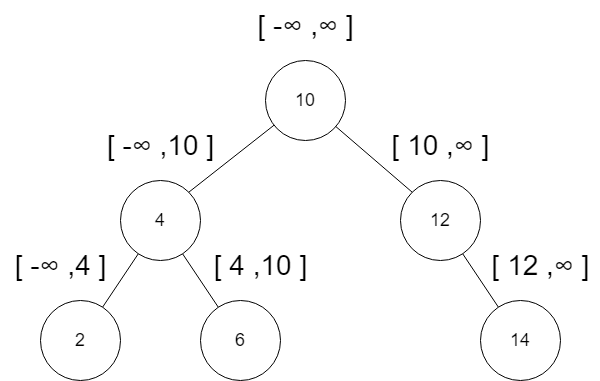
The draw.io diagram Python3/img/validBST.png in ashiven/leetcode-solutions, before a commit. Source tidied: cells renumbered, new cells last; positions are measured from the earlier drawing's top-left corner, leaving out a move shared by most shapes. Its diagram source:
```xml
<mxGraphModel>
  <root>
    <mxCell id="0" />
    <mxCell id="1" parent="0" />
    <mxCell id="2" value="10" style="ellipse;whiteSpace=wrap;html=1;fillColor=none;fontSize=18;" parent="1" vertex="1">
      <mxGeometry x="265" y="60" width="80" height="80" as="geometry" />
    </mxCell>
    <mxCell id="3" value="4" style="ellipse;whiteSpace=wrap;html=1;fillColor=none;fontSize=18;" parent="1" vertex="1">
      <mxGeometry x="120" y="180" width="80" height="80" as="geometry" />
    </mxCell>
    <mxCell id="4" value="12" style="ellipse;whiteSpace=wrap;html=1;fillColor=none;fontSize=18;" parent="1" vertex="1">
      <mxGeometry x="400" y="180" width="80" height="80" as="geometry" />
    </mxCell>
    <mxCell id="5" value="2" style="ellipse;whiteSpace=wrap;html=1;fillColor=none;fontSize=18;" parent="1" vertex="1">
      <mxGeometry x="40" y="300" width="80" height="80" as="geometry" />
    </mxCell>
    <mxCell id="6" value="14" style="ellipse;whiteSpace=wrap;html=1;fillColor=none;fontSize=18;" parent="1" vertex="1">
      <mxGeometry x="480" y="300" width="80" height="80" as="geometry" />
    </mxCell>
    <mxCell id="7" value="6" style="ellipse;whiteSpace=wrap;html=1;fillColor=none;fontSize=18;" parent="1" vertex="1">
      <mxGeometry x="200" y="300" width="80" height="80" as="geometry" />
    </mxCell>
    <mxCell id="8" style="endArrow=none;html=1;rounded=0;exitX=1;exitY=0;exitDx=0;exitDy=0;fontSize=18;" parent="1" edge="1" source="3" target="2">
      <mxGeometry relative="1" as="geometry" />
    </mxCell>
    <mxCell id="9" style="endArrow=none;html=1;rounded=0;entryX=0;entryY=0;entryDx=0;entryDy=0;fontSize=18;" parent="1" edge="1" source="2" target="4">
      <mxGeometry relative="1" as="geometry" />
    </mxCell>
    <mxCell id="10" style="endArrow=none;html=1;rounded=0;fontSize=18;" parent="1" edge="1" source="5" target="3">
      <mxGeometry relative="1" as="geometry" />
    </mxCell>
    <mxCell id="11" style="endArrow=none;html=1;rounded=0;fontSize=18;" parent="1" edge="1" source="3" target="7">
      <mxGeometry relative="1" as="geometry" />
    </mxCell>
    <mxCell id="12" style="endArrow=none;html=1;rounded=0;fontSize=18;" parent="1" edge="1" source="6" target="4">
      <mxGeometry relative="1" as="geometry" />
    </mxCell>
    <mxCell id="13" value="[ -∞ ,∞ ]" style="text;html=1;align=center;verticalAlign=middle;strokeColor=none;fillColor=none;fontSize=28;" parent="1" vertex="1">
      <mxGeometry x="245" width="120" height="50" as="geometry" />
    </mxCell>
    <mxCell id="14" value="[ -∞ ,10 ]" style="text;html=1;align=center;verticalAlign=middle;strokeColor=none;fillColor=none;fontSize=28;" parent="1" vertex="1">
      <mxGeometry x="95" y="120" width="130" height="50" as="geometry" />
    </mxCell>
    <mxCell id="15" value="[ 10 ,∞ ]" style="text;html=1;align=center;verticalAlign=middle;strokeColor=none;fillColor=none;fontSize=28;" parent="1" vertex="1">
      <mxGeometry x="380" y="120" width="120" height="50" as="geometry" />
    </mxCell>
    <mxCell id="16" value="[ -∞ ,4 ]" style="text;html=1;align=center;verticalAlign=middle;strokeColor=none;fillColor=none;fontSize=28;" parent="1" vertex="1">
      <mxGeometry y="240" width="120" height="50" as="geometry" />
    </mxCell>
    <mxCell id="17" value="[ 4 ,10 ]" style="text;html=1;align=center;verticalAlign=middle;strokeColor=none;fillColor=none;fontSize=28;" parent="1" vertex="1">
      <mxGeometry x="200" y="240" width="120" height="50" as="geometry" />
    </mxCell>
    <mxCell id="18" value="[ 12 ,∞ ]" style="text;html=1;align=center;verticalAlign=middle;strokeColor=none;fillColor=none;fontSize=28;" parent="1" vertex="1">
      <mxGeometry x="480" y="240" width="120" height="50" as="geometry" />
    </mxCell>
  </root>
</mxGraphModel>
```
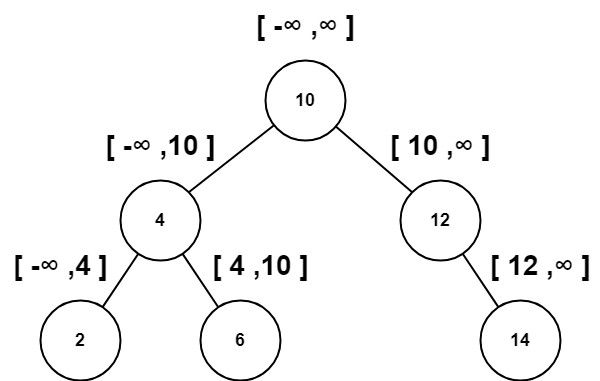
The same diagram one commit later.

Change to the diagram source:
```diff
@@ -1,56 +1,56 @@
-<mxGraphModel>
+<mxGraphModel background="#ffffff">
   <root>
     <mxCell id="0" />
     <mxCell id="1" parent="0" />
-    <mxCell id="2" value="10" style="ellipse;whiteSpace=wrap;html=1;fillColor=none;fontSize=18;" parent="1" vertex="1">
+    <mxCell id="2" value="10" style="ellipse;whiteSpace=wrap;html=1;fillColor=none;fontSize=18;strokeWidth=2;fontStyle=1;" parent="1" vertex="1">
       <mxGeometry x="265" y="60" width="80" height="80" as="geometry" />
     </mxCell>
-    <mxCell id="3" value="4" style="ellipse;whiteSpace=wrap;html=1;fillColor=none;fontSize=18;" parent="1" vertex="1">
+    <mxCell id="3" value="4" style="ellipse;whiteSpace=wrap;html=1;fillColor=none;fontSize=18;strokeWidth=2;fontStyle=1;" parent="1" vertex="1">
       <mxGeometry x="120" y="180" width="80" height="80" as="geometry" />
     </mxCell>
-    <mxCell id="4" value="12" style="ellipse;whiteSpace=wrap;html=1;fillColor=none;fontSize=18;" parent="1" vertex="1">
+    <mxCell id="4" value="12" style="ellipse;whiteSpace=wrap;html=1;fillColor=none;fontSize=18;strokeWidth=2;fontStyle=1;" parent="1" vertex="1">
       <mxGeometry x="400" y="180" width="80" height="80" as="geometry" />
     </mxCell>
-    <mxCell id="5" value="2" style="ellipse;whiteSpace=wrap;html=1;fillColor=none;fontSize=18;" parent="1" vertex="1">
+    <mxCell id="5" value="2" style="ellipse;whiteSpace=wrap;html=1;fillColor=none;fontSize=18;strokeWidth=2;fontStyle=1;" parent="1" vertex="1">
       <mxGeometry x="40" y="300" width="80" height="80" as="geometry" />
     </mxCell>
-    <mxCell id="6" value="14" style="ellipse;whiteSpace=wrap;html=1;fillColor=none;fontSize=18;" parent="1" vertex="1">
+    <mxCell id="6" value="14" style="ellipse;whiteSpace=wrap;html=1;fillColor=none;fontSize=18;strokeWidth=2;fontStyle=1;" parent="1" vertex="1">
       <mxGeometry x="480" y="300" width="80" height="80" as="geometry" />
     </mxCell>
-    <mxCell id="7" value="6" style="ellipse;whiteSpace=wrap;html=1;fillColor=none;fontSize=18;" parent="1" vertex="1">
+    <mxCell id="7" value="6" style="ellipse;whiteSpace=wrap;html=1;fillColor=none;fontSize=18;strokeWidth=2;fontStyle=1;" parent="1" vertex="1">
       <mxGeometry x="200" y="300" width="80" height="80" as="geometry" />
     </mxCell>
-    <mxCell id="8" style="endArrow=none;html=1;rounded=0;exitX=1;exitY=0;exitDx=0;exitDy=0;fontSize=18;" parent="1" edge="1" source="3" target="2">
+    <mxCell id="8" style="endArrow=none;html=1;rounded=0;exitX=1;exitY=0;exitDx=0;exitDy=0;fontSize=18;strokeWidth=2;fontStyle=1;" parent="1" edge="1" source="3" target="2">
       <mxGeometry relative="1" as="geometry" />
     </mxCell>
-    <mxCell id="9" style="endArrow=none;html=1;rounded=0;entryX=0;entryY=0;entryDx=0;entryDy=0;fontSize=18;" parent="1" edge="1" source="2" target="4">
+    <mxCell id="9" style="endArrow=none;html=1;rounded=0;entryX=0;entryY=0;entryDx=0;entryDy=0;fontSize=18;strokeWidth=2;fontStyle=1;" parent="1" edge="1" source="2" target="4">
       <mxGeometry relative="1" as="geometry" />
     </mxCell>
-    <mxCell id="10" style="endArrow=none;html=1;rounded=0;fontSize=18;" parent="1" edge="1" source="5" target="3">
+    <mxCell id="10" style="endArrow=none;html=1;rounded=0;fontSize=18;strokeWidth=2;fontStyle=1;" parent="1" edge="1" source="5" target="3">
       <mxGeometry relative="1" as="geometry" />
     </mxCell>
-    <mxCell id="11" style="endArrow=none;html=1;rounded=0;fontSize=18;" parent="1" edge="1" source="3" target="7">
+    <mxCell id="11" style="endArrow=none;html=1;rounded=0;fontSize=18;strokeWidth=2;fontStyle=1;" parent="1" edge="1" source="3" target="7">
       <mxGeometry relative="1" as="geometry" />
     </mxCell>
-    <mxCell id="12" style="endArrow=none;html=1;rounded=0;fontSize=18;" parent="1" edge="1" source="6" target="4">
+    <mxCell id="12" style="endArrow=none;html=1;rounded=0;fontSize=18;strokeWidth=2;fontStyle=1;" parent="1" edge="1" source="6" target="4">
       <mxGeometry relative="1" as="geometry" />
     </mxCell>
-    <mxCell id="13" value="[ -∞ ,∞ ]" style="text;html=1;align=center;verticalAlign=middle;strokeColor=none;fillColor=none;fontSize=28;" parent="1" vertex="1">
+    <mxCell id="13" value="[ -∞ ,∞ ]" style="text;html=1;align=center;verticalAlign=middle;strokeColor=none;fillColor=none;fontSize=28;strokeWidth=2;fontStyle=1;" parent="1" vertex="1">
       <mxGeometry x="245" width="120" height="50" as="geometry" />
     </mxCell>
-    <mxCell id="14" value="[ -∞ ,10 ]" style="text;html=1;align=center;verticalAlign=middle;strokeColor=none;fillColor=none;fontSize=28;" parent="1" vertex="1">
+    <mxCell id="14" value="[ -∞ ,10 ]" style="text;html=1;align=center;verticalAlign=middle;strokeColor=none;fillColor=none;fontSize=28;strokeWidth=2;fontStyle=1;" parent="1" vertex="1">
       <mxGeometry x="95" y="120" width="130" height="50" as="geometry" />
     </mxCell>
-    <mxCell id="15" value="[ 10 ,∞ ]" style="text;html=1;align=center;verticalAlign=middle;strokeColor=none;fillColor=none;fontSize=28;" parent="1" vertex="1">
+    <mxCell id="15" value="[ 10 ,∞ ]" style="text;html=1;align=center;verticalAlign=middle;strokeColor=none;fillColor=none;fontSize=28;strokeWidth=2;fontStyle=1;" parent="1" vertex="1">
       <mxGeometry x="380" y="120" width="120" height="50" as="geometry" />
     </mxCell>
-    <mxCell id="16" value="[ -∞ ,4 ]" style="text;html=1;align=center;verticalAlign=middle;strokeColor=none;fillColor=none;fontSize=28;" parent="1" vertex="1">
+    <mxCell id="16" value="[ -∞ ,4 ]" style="text;html=1;align=center;verticalAlign=middle;strokeColor=none;fillColor=none;fontSize=28;strokeWidth=2;fontStyle=1;" parent="1" vertex="1">
       <mxGeometry y="240" width="120" height="50" as="geometry" />
     </mxCell>
-    <mxCell id="17" value="[ 4 ,10 ]" style="text;html=1;align=center;verticalAlign=middle;strokeColor=none;fillColor=none;fontSize=28;" parent="1" vertex="1">
+    <mxCell id="17" value="[ 4 ,10 ]" style="text;html=1;align=center;verticalAlign=middle;strokeColor=none;fillColor=none;fontSize=28;strokeWidth=2;fontStyle=1;" parent="1" vertex="1">
       <mxGeometry x="200" y="240" width="120" height="50" as="geometry" />
     </mxCell>
-    <mxCell id="18" value="[ 12 ,∞ ]" style="text;html=1;align=center;verticalAlign=middle;strokeColor=none;fillColor=none;fontSize=28;" parent="1" vertex="1">
+    <mxCell id="18" value="[ 12 ,∞ ]" style="text;html=1;align=center;verticalAlign=middle;strokeColor=none;fillColor=none;fontSize=28;strokeWidth=2;fontStyle=1;" parent="1" vertex="1">
       <mxGeometry x="480" y="240" width="120" height="50" as="geometry" />
     </mxCell>
   </root>
```
